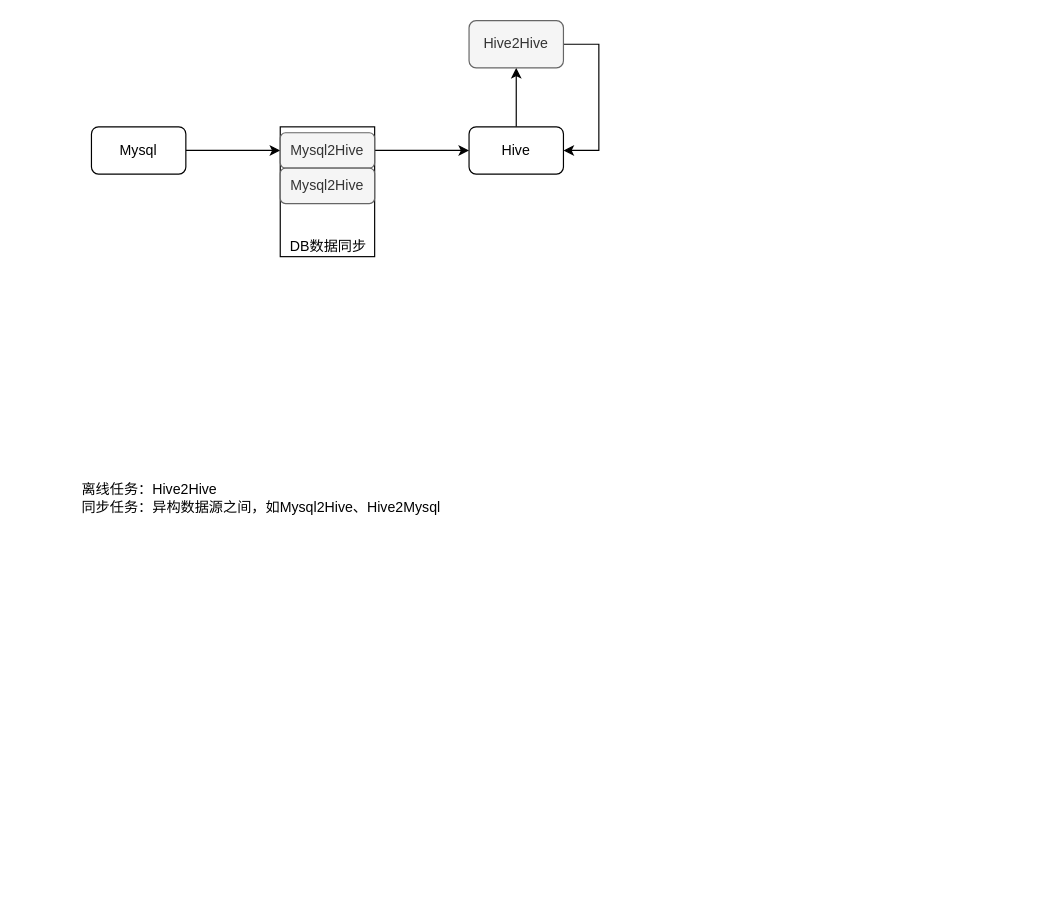
This is MT数据架构.drawio from yamilinqh/spicedb, a draw.io file, before an edit. Source tidied: cells renumbered, new cells numbered last; positions are measured from the earlier drawing's top-left corner, leaving out a move shared by most shapes. Both pictures are drawn from the tidied source at 118%, with x=0, y=0 at pixel (79, 20).
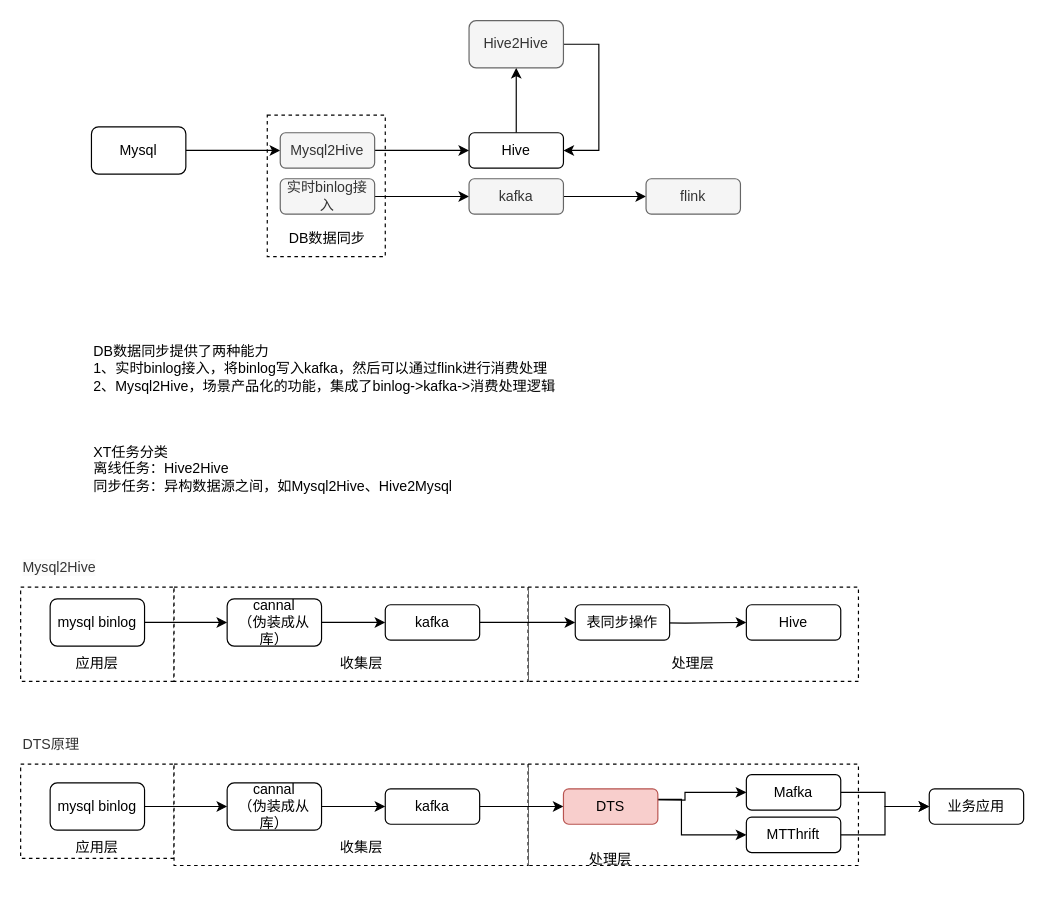
The same page after the edit.

What changed in the source:
```diff
@@
+    <mxCell id="14" style="rounded=0;whiteSpace=wrap;html=1;dashed=1;" parent="1" vertex="1">
+      <mxGeometry x="-50" y="480" width="130" height="80" as="geometry" />
+    </mxCell>
+    <mxCell id="15" style="rounded=0;whiteSpace=wrap;html=1;dashed=1;" parent="1" vertex="1">
+      <mxGeometry x="380" y="480" width="280" height="80" as="geometry" />
+    </mxCell>
+    <mxCell id="16" style="rounded=0;whiteSpace=wrap;html=1;dashed=1;" parent="1" vertex="1">
+      <mxGeometry x="80" y="480" width="300" height="80" as="geometry" />
+    </mxCell>
-    <mxCell id="2" style="rounded=0;whiteSpace=wrap;html=1;" parent="1" vertex="1">
-      <mxGeometry x="170" y="90" width="80" height="110" as="geometry" />
+    <mxCell id="2" style="rounded=0;whiteSpace=wrap;html=1;dashed=1;" parent="1" vertex="1">
+      <mxGeometry x="159" y="80" width="100" height="120" as="geometry" />
     </mxCell>
@@
     <mxCell id="8" value="Hive" style="rounded=1;whiteSpace=wrap;html=1;" parent="1" vertex="1">
-      <mxGeometry x="330" y="90" width="80" height="40" as="geometry" />
+      <mxGeometry x="330" y="95" width="80" height="30" as="geometry" />
     </mxCell>
@@
-    <mxCell id="11" value="离线任务：Hive2Hive&lt;br&gt;同步任务：异构数据源之间，如Mysql2Hive、Hive2Mysql" style="text;html=1;align=left;verticalAlign=middle;whiteSpace=wrap;rounded=0;" parent="1" vertex="1">
-      <mxGeometry y="390" width="320" height="30" as="geometry" />
+    <mxCell id="11" value="XT任务分类&lt;br&gt;离线任务：Hive2Hive&lt;br&gt;同步任务：异构数据源之间，如Mysql2Hive、Hive2Mysql" style="text;html=1;align=left;verticalAlign=middle;whiteSpace=wrap;rounded=0;" parent="1" vertex="1">
+      <mxGeometry x="10" y="340" width="320" height="80" as="geometry" />
     </mxCell>
     <mxCell id="12" value="DB数据同步" style="text;html=1;align=center;verticalAlign=middle;whiteSpace=wrap;rounded=0;" parent="1" vertex="1">
-      <mxGeometry x="176" y="177" width="70" height="30" as="geometry" />
+      <mxGeometry x="175" y="170" width="70" height="30" as="geometry" />
     </mxCell>
+    <mxCell id="17" style="edgeStyle=orthogonalEdgeStyle;rounded=0;jettySize=auto;html=1;entryX=0;entryY=0.5;entryDx=0;entryDy=0;" parent="1" edge="1" source="13" target="19">
+      <mxGeometry relative="1" as="geometry" />
+    </mxCell>
-    <mxCell id="13" value="Mysql2Hive" style="rounded=1;whiteSpace=wrap;html=1;fillColor=#f5f5f5;fontColor=#333333;strokeColor=#666666;" parent="1" vertex="1">
-      <mxGeometry x="170" y="125" width="80" height="30" as="geometry" />
+    <mxCell id="13" value="实时binlog接入" style="rounded=1;whiteSpace=wrap;html=1;fillColor=#f5f5f5;fontColor=#333333;strokeColor=#666666;" parent="1" vertex="1">
+      <mxGeometry x="170" y="134" width="80" height="30" as="geometry" />
     </mxCell>
+    <mxCell id="18" style="edgeStyle=orthogonalEdgeStyle;rounded=0;jettySize=auto;html=1;" parent="1" edge="1" source="19" target="20">
+      <mxGeometry relative="1" as="geometry" />
+    </mxCell>
+    <mxCell id="19" value="kafka" style="rounded=1;whiteSpace=wrap;html=1;fillColor=#f5f5f5;fontColor=#333333;strokeColor=#666666;" parent="1" vertex="1">
+      <mxGeometry x="330" y="134" width="80" height="30" as="geometry" />
+    </mxCell>
+    <mxCell id="20" value="flink" style="rounded=1;whiteSpace=wrap;html=1;fillColor=#f5f5f5;fontColor=#333333;strokeColor=#666666;" parent="1" vertex="1">
+      <mxGeometry x="480" y="134" width="80" height="30" as="geometry" />
+    </mxCell>
+    <mxCell id="21" value="DB数据同步提供了两种能力&lt;br&gt;1、实时binlog接入，将binlog写入kafka，然后可以通过flink进行消费处理&lt;br&gt;2、Mysql2Hive，场景产品化的功能，集成了binlog-&amp;gt;kafka-&amp;gt;消费处理逻辑" style="text;html=1;align=left;verticalAlign=middle;whiteSpace=wrap;rounded=0;" parent="1" vertex="1">
+      <mxGeometry x="10" y="265" width="420" height="60" as="geometry" />
+    </mxCell>
+    <mxCell id="22" style="edgeStyle=orthogonalEdgeStyle;rounded=0;jettySize=auto;html=1;" parent="1" edge="1" source="23" target="25">
+      <mxGeometry relative="1" as="geometry" />
+    </mxCell>
+    <mxCell id="23" value="cannal&lt;br&gt;（伪装成从库）" style="rounded=1;whiteSpace=wrap;html=1;" parent="1" vertex="1">
+      <mxGeometry x="125" y="490" width="80" height="40" as="geometry" />
+    </mxCell>
+    <mxCell id="24" style="edgeStyle=orthogonalEdgeStyle;rounded=0;jettySize=auto;html=1;" parent="1" edge="1" source="25" target="27">
+      <mxGeometry relative="1" as="geometry" />
+    </mxCell>
+    <mxCell id="25" value="kafka" style="rounded=1;whiteSpace=wrap;html=1;" parent="1" vertex="1">
+      <mxGeometry x="259" y="495" width="80" height="30" as="geometry" />
+    </mxCell>
+    <mxCell id="26" style="edgeStyle=orthogonalEdgeStyle;rounded=0;jettySize=auto;html=1;" parent="1" edge="1" target="30">
+      <mxGeometry relative="1" as="geometry">
+        <mxPoint x="460" y="510" as="sourcePoint" />
+      </mxGeometry>
+    </mxCell>
+    <mxCell id="27" value="表同步操作" style="rounded=1;whiteSpace=wrap;html=1;" parent="1" vertex="1">
+      <mxGeometry x="420" y="495" width="80" height="30" as="geometry" />
+    </mxCell>
+    <mxCell id="28" style="edgeStyle=orthogonalEdgeStyle;rounded=0;jettySize=auto;html=1;" parent="1" edge="1" source="29" target="23">
+      <mxGeometry relative="1" as="geometry" />
+    </mxCell>
+    <mxCell id="29" value="mysql binlog" style="rounded=1;whiteSpace=wrap;html=1;" parent="1" vertex="1">
+      <mxGeometry x="-25" y="490" width="80" height="40" as="geometry" />
+    </mxCell>
+    <mxCell id="30" value="Hive" style="rounded=1;whiteSpace=wrap;html=1;" parent="1" vertex="1">
+      <mxGeometry x="565" y="495" width="80" height="30" as="geometry" />
+    </mxCell>
+    <mxCell id="31" value="收集层" style="text;html=1;align=center;verticalAlign=middle;whiteSpace=wrap;rounded=0;" parent="1" vertex="1">
+      <mxGeometry x="209" y="530" width="60" height="30" as="geometry" />
+    </mxCell>
+    <mxCell id="32" value="处理层" style="text;html=1;align=center;verticalAlign=middle;whiteSpace=wrap;rounded=0;" parent="1" vertex="1">
+      <mxGeometry x="490" y="530" width="60" height="30" as="geometry" />
+    </mxCell>
+    <mxCell id="33" value="应用层" style="text;html=1;align=center;verticalAlign=middle;whiteSpace=wrap;rounded=0;" parent="1" vertex="1">
+      <mxGeometry x="-15" y="530" width="60" height="30" as="geometry" />
+    </mxCell>
+    <mxCell id="34" value="&lt;span style=&quot;color: rgb(51, 51, 51); font-family: Helvetica; font-size: 12px; font-style: normal; font-variant-ligatures: normal; font-variant-caps: normal; font-weight: 400; letter-spacing: normal; orphans: 2; text-align: center; text-indent: 0px; text-transform: none; widows: 2; word-spacing: 0px; -webkit-text-stroke-width: 0px; white-space: normal; background-color: rgb(251, 251, 251); text-decoration-thickness: initial; text-decoration-style: initial; text-decoration-color: initial; display: inline !important; float: none;&quot;&gt;Mysql2Hive&lt;/span&gt;" style="text;whiteSpace=wrap;html=1;" parent="1" vertex="1">
+      <mxGeometry x="-50" y="450" width="100" height="30" as="geometry" />
+    </mxCell>
+    <mxCell id="35" value="&lt;div style=&quot;text-align: center;&quot;&gt;&lt;span style=&quot;background-color: initial;&quot;&gt;&lt;font color=&quot;#333333&quot;&gt;DTS原理&lt;/font&gt;&lt;/span&gt;&lt;/div&gt;" style="text;whiteSpace=wrap;html=1;" parent="1" vertex="1">
+      <mxGeometry x="-50" y="600" width="100" height="30" as="geometry" />
+    </mxCell>
+    <mxCell id="36" style="rounded=0;whiteSpace=wrap;html=1;dashed=1;" parent="1" vertex="1">
+      <mxGeometry x="-50" y="630" width="130" height="80" as="geometry" />
+    </mxCell>
+    <mxCell id="37" style="rounded=0;whiteSpace=wrap;html=1;dashed=1;" parent="1" vertex="1">
+      <mxGeometry x="380" y="630" width="280" height="86" as="geometry" />
+    </mxCell>
+    <mxCell id="38" style="rounded=0;whiteSpace=wrap;html=1;dashed=1;" parent="1" vertex="1">
+      <mxGeometry x="80" y="630" width="300" height="86" as="geometry" />
+    </mxCell>
+    <mxCell id="39" style="edgeStyle=orthogonalEdgeStyle;rounded=0;jettySize=auto;html=1;" parent="1" edge="1" source="40" target="42">
+      <mxGeometry relative="1" as="geometry" />
+    </mxCell>
+    <mxCell id="40" value="cannal&lt;br&gt;（伪装成从库）" style="rounded=1;whiteSpace=wrap;html=1;" parent="1" vertex="1">
+      <mxGeometry x="125" y="646" width="80" height="40" as="geometry" />
+    </mxCell>
+    <mxCell id="41" style="edgeStyle=orthogonalEdgeStyle;rounded=0;jettySize=auto;html=1;" parent="1" edge="1" source="42" target="45">
+      <mxGeometry relative="1" as="geometry" />
+    </mxCell>
+    <mxCell id="42" value="kafka" style="rounded=1;whiteSpace=wrap;html=1;" parent="1" vertex="1">
+      <mxGeometry x="259" y="651" width="80" height="30" as="geometry" />
+    </mxCell>
+    <mxCell id="43" style="edgeStyle=orthogonalEdgeStyle;rounded=0;jettySize=auto;html=1;" parent="1" edge="1" target="49">
+      <mxGeometry relative="1" as="geometry">
+        <mxPoint x="460" y="660" as="sourcePoint" />
+      </mxGeometry>
+    </mxCell>
+    <mxCell id="44" style="edgeStyle=orthogonalEdgeStyle;rounded=0;jettySize=auto;html=1;entryX=0;entryY=0.5;entryDx=0;entryDy=0;" parent="1" edge="1" source="45" target="55">
+      <mxGeometry relative="1" as="geometry">
+        <Array as="points">
+          <mxPoint x="510" y="660" />
+          <mxPoint x="510" y="690" />
+        </Array>
+      </mxGeometry>
+    </mxCell>
+    <mxCell id="45" value="DTS" style="rounded=1;whiteSpace=wrap;html=1;fillColor=#f8cecc;strokeColor=#b85450;" parent="1" vertex="1">
+      <mxGeometry x="410" y="651" width="80" height="30" as="geometry" />
+    </mxCell>
+    <mxCell id="46" style="edgeStyle=orthogonalEdgeStyle;rounded=0;jettySize=auto;html=1;" parent="1" edge="1" source="47" target="40">
+      <mxGeometry relative="1" as="geometry" />
+    </mxCell>
+    <mxCell id="47" value="mysql binlog" style="rounded=1;whiteSpace=wrap;html=1;" parent="1" vertex="1">
+      <mxGeometry x="-25" y="646" width="80" height="40" as="geometry" />
+    </mxCell>
+    <mxCell id="48" style="edgeStyle=orthogonalEdgeStyle;rounded=0;jettySize=auto;html=1;" parent="1" edge="1" source="49" target="53">
+      <mxGeometry relative="1" as="geometry" />
+    </mxCell>
+    <mxCell id="49" value="Mafka" style="rounded=1;whiteSpace=wrap;html=1;" parent="1" vertex="1">
+      <mxGeometry x="565" y="639" width="80" height="30" as="geometry" />
+    </mxCell>
+    <mxCell id="50" value="收集层" style="text;html=1;align=center;verticalAlign=middle;whiteSpace=wrap;rounded=0;" parent="1" vertex="1">
+      <mxGeometry x="209" y="686" width="60" height="30" as="geometry" />
+    </mxCell>
+    <mxCell id="51" value="处理层" style="text;html=1;align=center;verticalAlign=middle;whiteSpace=wrap;rounded=0;" parent="1" vertex="1">
+      <mxGeometry x="420" y="696" width="60" height="30" as="geometry" />
+    </mxCell>
+    <mxCell id="52" value="应用层" style="text;html=1;align=center;verticalAlign=middle;whiteSpace=wrap;rounded=0;" parent="1" vertex="1">
+      <mxGeometry x="-15" y="686" width="60" height="30" as="geometry" />
+    </mxCell>
+    <mxCell id="53" value="业务应用" style="rounded=1;whiteSpace=wrap;html=1;" parent="1" vertex="1">
+      <mxGeometry x="720" y="651" width="80" height="30" as="geometry" />
+    </mxCell>
+    <mxCell id="54" style="edgeStyle=orthogonalEdgeStyle;rounded=0;jettySize=auto;html=1;" parent="1" edge="1" source="55" target="53">
+      <mxGeometry relative="1" as="geometry" />
+    </mxCell>
+    <mxCell id="55" value="MTThrift" style="rounded=1;whiteSpace=wrap;html=1;" parent="1" vertex="1">
+      <mxGeometry x="565" y="675" width="80" height="30" as="geometry" />
+    </mxCell>
```
